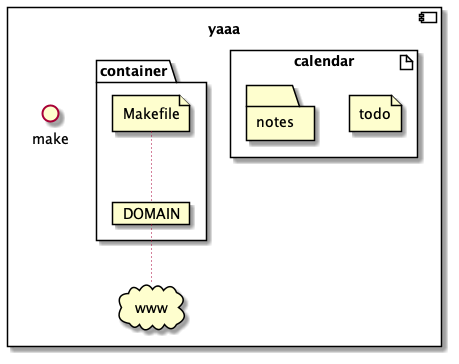
The PlantUML diagram docs/components/yaaa.png in arthur-stace/tape, before a commit. Its diagram source:
```plantuml
@startuml
component "yaaa" {
  cloud "www"

  interface "make"

  artifact "calendar" {
    file "todo"
    folder "notes"
  }

  package "container" {
    card "DOMAIN"
    file "Makefile"
  }
}


Makefile ~~ DOMAIN
DOMAIN ~~ www

@enduml
```
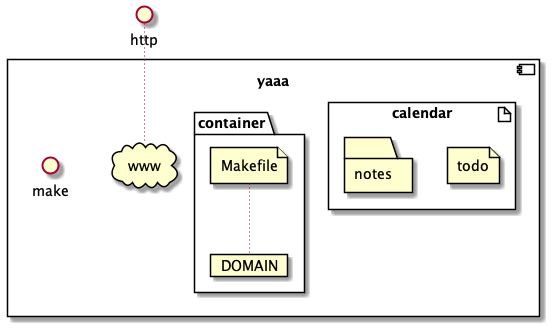
After the change.

Change to the diagram source:
```diff
@@ -17,6 +17,6 @@
 
 
 Makefile ~~ DOMAIN
-DOMAIN ~~ www
+http ~~ www
 
 @enduml
```
